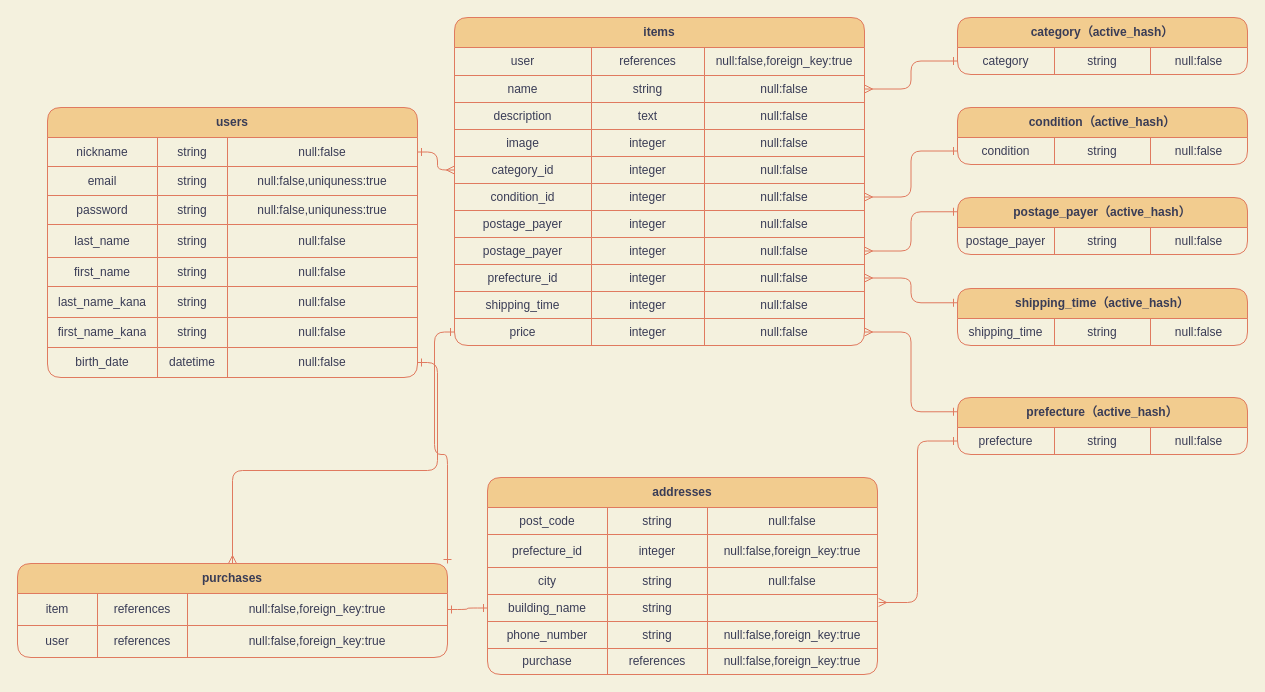
The draw.io diagram furima.dio in inpachi-yume/furima-29851, before the edit. Source tidied: cells renumbered, new cells numbered last; positions are measured from the earlier drawing's top-left corner, leaving out a move shared by most shapes. Both pictures are drawn from the tidied source at 100%, with x=0, y=0 at pixel (17, 17).
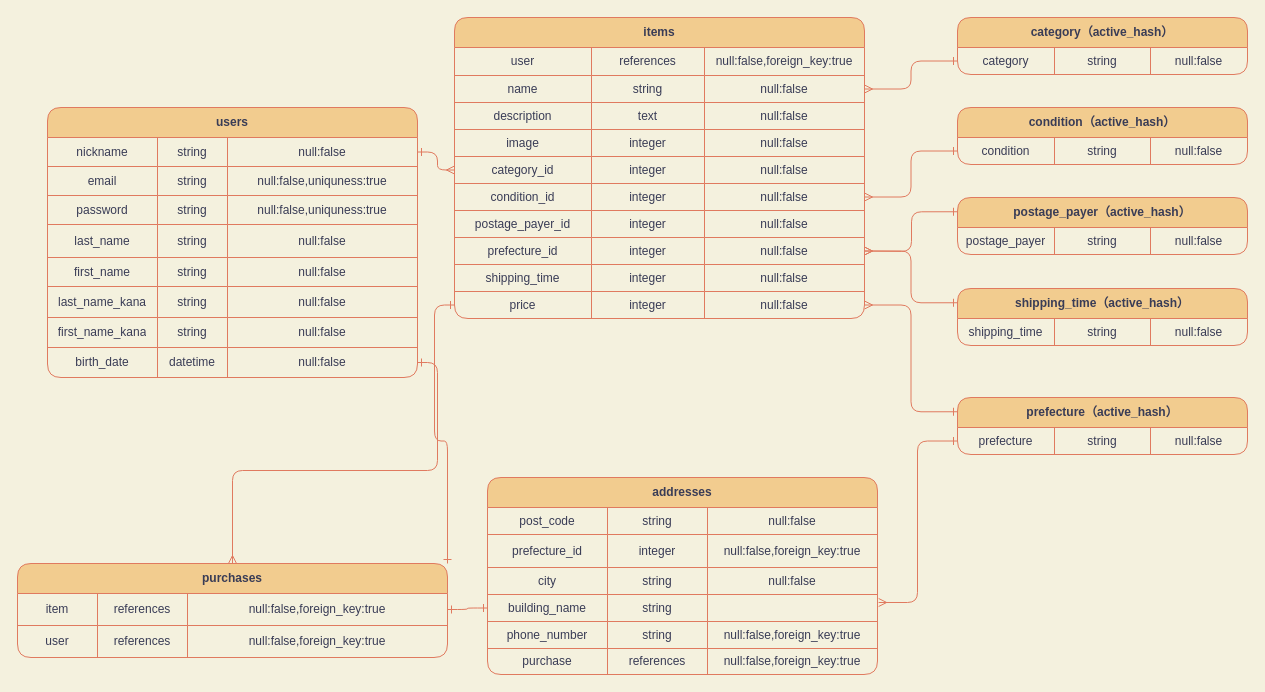
The same diagram, later.

The change refers to these unchanged cells:
```xml
<mxCell id="57" style="shape=partialRectangle;html=1;whiteSpace=wrap;fillColor=none;top=0;left=0;bottom=0;right=0;rounded=1;strokeColor=#E07A5F;fontColor=#393C56;" parent="32" vertex="1">
  <mxGeometry y="193" width="410" height="27" as="geometry" />
</mxCell>
<mxCell id="91" value="postage_payer（active_hash）" style="shape=table;html=1;whiteSpace=wrap;startSize=30;childLayout=tableLayout;fontStyle=1;align=center;rounded=1;fillColor=#F2CC8F;strokeColor=#E07A5F;fontColor=#393C56;" parent="1" vertex="1">
  <mxGeometry x="940" y="180" width="290" height="57" as="geometry" />
</mxCell>
```

What changed in the source:
```diff
@@
-    <mxCell id="2" style="edgeStyle=orthogonalEdgeStyle;rounded=1;jettySize=auto;html=1;exitX=0;exitY=0.25;exitDx=0;exitDy=0;entryX=1;entryY=0.5;entryDx=0;entryDy=0;startArrow=ERone;startFill=0;endArrow=ERmany;endFill=0;labelBackgroundColor=#F4F1DE;strokeColor=#E07A5F;fontColor=#393C56;" parent="1" edge="1" source="91" target="61">
-      <mxGeometry relative="1" as="geometry" />
+    <mxCell id="2" style="edgeStyle=orthogonalEdgeStyle;rounded=1;jettySize=auto;html=1;exitX=0;exitY=0.25;exitDx=0;exitDy=0;entryX=1;entryY=0.5;entryDx=0;entryDy=0;startArrow=ERone;startFill=0;endArrow=ERmany;endFill=0;labelBackgroundColor=#F4F1DE;strokeColor=#E07A5F;fontColor=#393C56;" parent="1" edge="1" source="91">
+      <mxGeometry relative="1" as="geometry">
+        <mxPoint x="847" y="233.5" as="targetPoint" />
+      </mxGeometry>
     </mxCell>
@@
     <mxCell id="32" value="items" style="shape=table;html=1;whiteSpace=wrap;startSize=30;childLayout=tableLayout;fontStyle=1;align=center;rounded=1;fillColor=#F2CC8F;strokeColor=#E07A5F;fontColor=#393C56;" parent="1" vertex="1">
-      <mxGeometry x="437" width="410" height="328" as="geometry" />
+      <mxGeometry x="437" width="410" height="301" as="geometry" />
     </mxCell>
@@
-    <mxCell id="58" value="postage_payer" style="shape=partialRectangle;html=1;whiteSpace=wrap;fillColor=none;top=0;left=0;bottom=0;right=0;overflow=hidden;rounded=1;strokeColor=#E07A5F;fontColor=#393C56;" parent="57" vertex="1">
+    <mxCell id="58" value="postage_payer_id" style="shape=partialRectangle;html=1;whiteSpace=wrap;fillColor=none;top=0;left=0;bottom=0;right=0;overflow=hidden;rounded=1;strokeColor=#E07A5F;fontColor=#393C56;" parent="57" vertex="1">
       <mxGeometry width="137" height="27" as="geometry" />
     </mxCell>
@@
-    <mxCell id="61" style="shape=partialRectangle;html=1;whiteSpace=wrap;fillColor=none;top=0;left=0;bottom=0;right=0;points=[[0,0.5],[1,0.5]];portConstraint=eastwest;rounded=1;strokeColor=#E07A5F;fontColor=#393C56;" parent="32" vertex="1">
-      <mxGeometry y="220" width="410" height="27" as="geometry" />
-    </mxCell>
-    <mxCell id="62" value="postage_payer" style="shape=partialRectangle;html=1;whiteSpace=wrap;fillColor=none;top=0;left=0;bottom=0;right=0;overflow=hidden;rounded=1;strokeColor=#E07A5F;fontColor=#393C56;" parent="61" vertex="1">
-      <mxGeometry width="137" height="27" as="geometry" />
-    </mxCell>
-    <mxCell id="63" value="integer" style="shape=partialRectangle;html=1;whiteSpace=wrap;fillColor=none;top=0;left=0;bottom=0;right=0;overflow=hidden;rounded=1;strokeColor=#E07A5F;fontColor=#393C56;" parent="61" vertex="1">
-      <mxGeometry x="137" width="113" height="27" as="geometry" />
-    </mxCell>
-    <mxCell id="64" value="null:false" style="shape=partialRectangle;html=1;whiteSpace=wrap;fillColor=none;top=0;left=0;bottom=0;right=0;overflow=hidden;rounded=1;strokeColor=#E07A5F;fontColor=#393C56;" parent="61" vertex="1">
-      <mxGeometry x="250" width="160" height="27" as="geometry" />
-    </mxCell>
     <mxCell id="65" style="shape=partialRectangle;html=1;whiteSpace=wrap;fillColor=none;top=0;left=0;bottom=0;right=0;points=[[0,0.5],[1,0.5]];portConstraint=eastwest;rounded=1;strokeColor=#E07A5F;fontColor=#393C56;" parent="32" vertex="1">
-      <mxGeometry y="247" width="410" height="27" as="geometry" />
+      <mxGeometry y="220" width="410" height="27" as="geometry" />
     </mxCell>
@@
     <mxCell id="69" style="shape=partialRectangle;html=1;whiteSpace=wrap;fillColor=none;top=0;left=0;bottom=0;right=0;rounded=1;strokeColor=#E07A5F;fontColor=#393C56;" parent="32" vertex="1">
-      <mxGeometry y="274" width="410" height="27" as="geometry" />
+      <mxGeometry y="247" width="410" height="27" as="geometry" />
     </mxCell>
@@
     <mxCell id="73" style="shape=partialRectangle;html=1;whiteSpace=wrap;fillColor=none;top=0;left=0;bottom=0;right=0;points=[[0,0.5],[1,0.5]];portConstraint=eastwest;rounded=1;strokeColor=#E07A5F;fontColor=#393C56;" parent="32" vertex="1">
-      <mxGeometry y="301" width="410" height="27" as="geometry" />
+      <mxGeometry y="274" width="410" height="27" as="geometry" />
     </mxCell>
```
